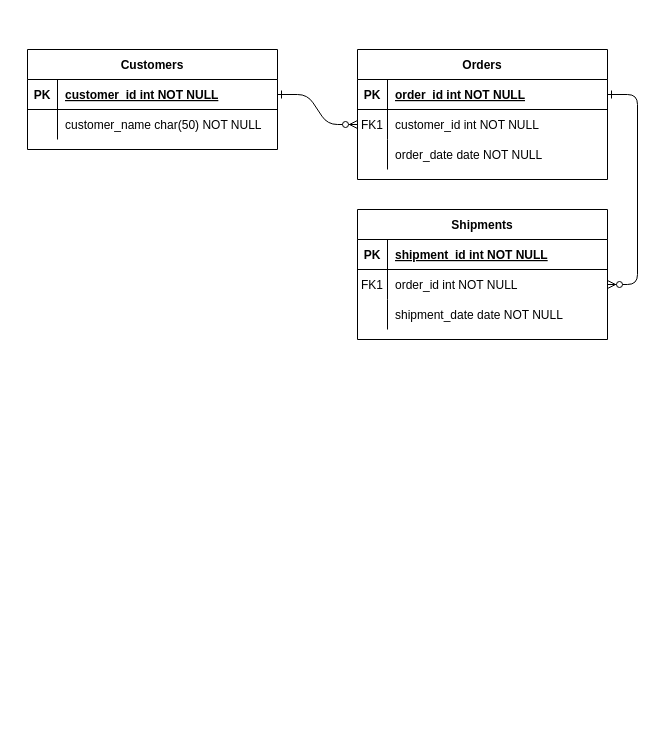
Earlier version of the draw.io diagram 未命名绘图.drawio (shixuanlin1/erdiagram). Source tidied: cells renumbered, new cells numbered last; positions are measured from the earlier drawing's top-left corner, leaving out a move shared by most shapes. Both pictures are drawn from the tidied source at 100%, with x=0, y=0 at pixel (27, 49).
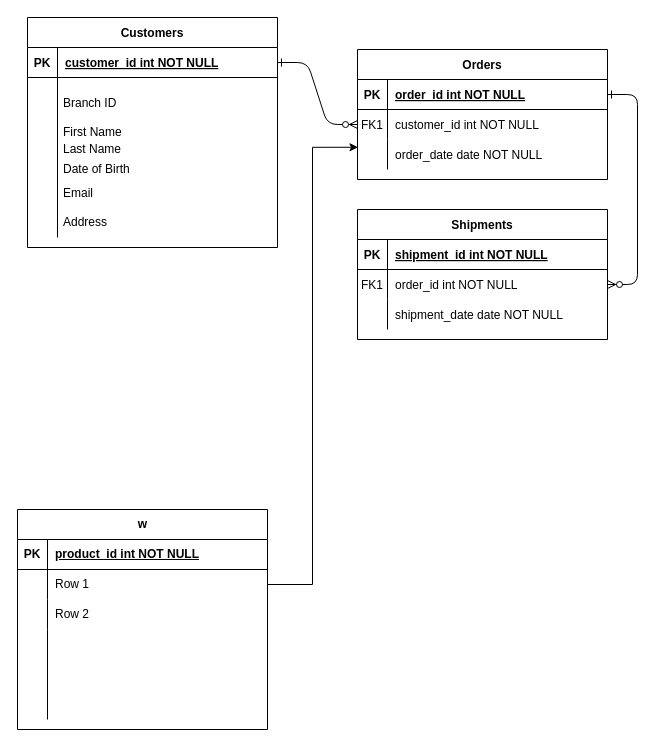
Above is the later version.

Commit message:
更新未命名绘图.drawio

Unchanged cells that the change refers to:
```xml
<mxCell id="11" style="shape=partialRectangle;fillColor=none;points=[[0,0.5],[1,0.5]];portConstraint=eastwest;top=0;left=0;right=0;bottom=0;" parent="4" vertex="1">
  <mxGeometry y="90" width="250" height="30" as="geometry" />
</mxCell>
```

The edit, as a diff of the source:
```diff
@@
     <mxCell id="24" value="Customers" style="shape=table;startSize=30;childLayout=tableLayout;rowLines=0;fontStyle=1;align=center;" parent="1" vertex="1">
-      <mxGeometry width="250" height="100" as="geometry" />
+      <mxGeometry y="-32" width="250" height="230" as="geometry" />
     </mxCell>
@@
     <mxCell id="28" style="shape=partialRectangle;fillColor=none;top=0;left=0;right=0;bottom=0;" parent="24" vertex="1">
-      <mxGeometry y="60" width="250" height="30" as="geometry" />
+      <mxGeometry y="60" width="250" height="160" as="geometry" />
     </mxCell>
     <mxCell id="29" style="shape=partialRectangle;overflow=hidden;fillColor=none;top=0;left=0;bottom=0;right=0;" parent="28" vertex="1">
-      <mxGeometry width="30" height="30" as="geometry" />
+      <mxGeometry width="30" height="160" as="geometry" />
     </mxCell>
-    <mxCell id="30" value="customer_name char(50) NOT NULL" style="shape=partialRectangle;overflow=hidden;fillColor=none;top=0;left=0;bottom=0;right=0;align=left;spacingLeft=6;" parent="28" vertex="1">
-      <mxGeometry x="30" width="220" height="30" as="geometry" />
+    <mxCell id="30" style="shape=partialRectangle;overflow=hidden;top=0;left=0;bottom=0;right=0;align=left;spacingLeft=6;fillColor=none;fontColor=#333333;strokeColor=#666666;" parent="28" vertex="1">
+      <mxGeometry x="30" width="220" height="160" as="geometry" />
     </mxCell>
+    <mxCell id="31" value="w" style="shape=table;startSize=30;childLayout=tableLayout;rowLines=0;fontStyle=1;align=center;html=1;" parent="1" vertex="1">
+      <mxGeometry x="-10" y="460" width="250" height="220" as="geometry" />
+    </mxCell>
+    <mxCell id="32" style="shape=tableRow;horizontal=0;startSize=0;swimlaneHead=0;swimlaneBody=0;fillColor=none;top=0;left=0;right=0;bottom=1;" parent="31" vertex="1">
+      <mxGeometry y="30" width="250" height="30" as="geometry" />
+    </mxCell>
+    <mxCell id="33" value="PK" style="shape=partialRectangle;fillColor=none;top=0;left=0;bottom=0;right=0;fontStyle=1;overflow=hidden;whiteSpace=wrap;html=1;" parent="32" vertex="1">
+      <mxGeometry width="30" height="30" as="geometry" />
+    </mxCell>
+    <mxCell id="34" value="product_id int NOT NULL" style="shape=partialRectangle;fillColor=none;top=0;left=0;bottom=0;right=0;align=left;spacingLeft=6;fontStyle=5;overflow=hidden;whiteSpace=wrap;html=1;" parent="32" vertex="1">
+      <mxGeometry x="30" width="220" height="30" as="geometry" />
+    </mxCell>
+    <mxCell id="35" style="shape=tableRow;horizontal=0;startSize=0;swimlaneHead=0;swimlaneBody=0;fillColor=none;points=[[0,0.5],[1,0.5]];portConstraint=eastwest;top=0;left=0;right=0;bottom=0;" parent="31" vertex="1">
+      <mxGeometry y="60" width="250" height="30" as="geometry" />
+    </mxCell>
+    <mxCell id="36" style="shape=partialRectangle;fillColor=none;top=0;left=0;bottom=0;right=0;overflow=hidden;whiteSpace=wrap;html=1;" parent="35" vertex="1">
+      <mxGeometry width="30" height="30" as="geometry" />
+    </mxCell>
+    <mxCell id="37" value="Row 1" style="shape=partialRectangle;fillColor=none;top=0;left=0;bottom=0;right=0;align=left;spacingLeft=6;overflow=hidden;whiteSpace=wrap;html=1;" parent="35" vertex="1">
+      <mxGeometry x="30" width="220" height="30" as="geometry" />
+    </mxCell>
+    <mxCell id="38" style="shape=tableRow;horizontal=0;startSize=0;swimlaneHead=0;swimlaneBody=0;fillColor=none;top=0;left=0;right=0;bottom=0;" parent="31" vertex="1">
+      <mxGeometry y="90" width="250" height="30" as="geometry" />
+    </mxCell>
+    <mxCell id="39" style="shape=partialRectangle;fillColor=none;top=0;left=0;bottom=0;right=0;overflow=hidden;whiteSpace=wrap;html=1;" parent="38" vertex="1">
+      <mxGeometry width="30" height="30" as="geometry" />
+    </mxCell>
+    <mxCell id="40" value="Row 2" style="shape=partialRectangle;fillColor=none;top=0;left=0;bottom=0;right=0;align=left;spacingLeft=6;overflow=hidden;whiteSpace=wrap;html=1;" parent="38" vertex="1">
+      <mxGeometry x="30" width="220" height="30" as="geometry" />
+    </mxCell>
+    <mxCell id="41" style="shape=tableRow;horizontal=0;startSize=0;swimlaneHead=0;swimlaneBody=0;fillColor=none;top=0;left=0;right=0;bottom=0;" parent="31" vertex="1">
+      <mxGeometry y="120" width="250" height="90" as="geometry" />
+    </mxCell>
+    <mxCell id="42" style="shape=partialRectangle;fillColor=none;top=0;left=0;bottom=0;right=0;overflow=hidden;whiteSpace=wrap;html=1;" parent="41" vertex="1">
+      <mxGeometry width="30" height="90" as="geometry" />
+    </mxCell>
+    <mxCell id="43" value="&lt;br&gt;&lt;br&gt;&lt;br&gt;&lt;br&gt;&lt;br&gt;&lt;br&gt;" style="shape=partialRectangle;fillColor=none;top=0;left=0;bottom=0;right=0;align=left;spacingLeft=6;overflow=hidden;whiteSpace=wrap;html=1;" parent="41" vertex="1">
+      <mxGeometry x="30" width="220" height="90" as="geometry" />
+    </mxCell>
+    <mxCell id="44" style="edgeStyle=orthogonalEdgeStyle;rounded=0;jettySize=auto;html=1;exitX=1;exitY=0.5;exitDx=0;exitDy=0;entryX=0.002;entryY=0.259;entryDx=0;entryDy=0;entryPerimeter=0;" parent="1" edge="1" source="35" target="11">
+      <mxGeometry relative="1" as="geometry" />
+    </mxCell>
+    <mxCell id="45" value="Branch ID" style="text;strokeColor=none;fillColor=none;spacingLeft=4;spacingRight=4;overflow=hidden;fontSize=12;whiteSpace=wrap;html=1;" parent="1" vertex="1">
+      <mxGeometry x="30" y="40" width="220" height="30" as="geometry" />
+    </mxCell>
+    <mxCell id="46" value="First Name&lt;br&gt;" style="text;strokeColor=none;fillColor=none;spacingLeft=4;spacingRight=4;overflow=hidden;fontSize=12;whiteSpace=wrap;html=1;" parent="1" vertex="1">
+      <mxGeometry x="30" y="69" width="220" height="30" as="geometry" />
+    </mxCell>
+    <mxCell id="47" value="Date of Birth" style="text;strokeColor=none;fillColor=none;spacingLeft=4;spacingRight=4;overflow=hidden;fontSize=12;whiteSpace=wrap;html=1;" parent="1" vertex="1">
+      <mxGeometry x="30" y="106" width="220" height="30" as="geometry" />
+    </mxCell>
+    <mxCell id="48" value="Email" style="text;strokeColor=none;fillColor=none;spacingLeft=4;spacingRight=4;overflow=hidden;fontSize=12;whiteSpace=wrap;html=1;" parent="1" vertex="1">
+      <mxGeometry x="30" y="130" width="220" height="30" as="geometry" />
+    </mxCell>
+    <mxCell id="49" value="Address" style="text;strokeColor=none;fillColor=none;spacingLeft=4;spacingRight=4;overflow=hidden;fontSize=12;whiteSpace=wrap;html=1;" parent="1" vertex="1">
+      <mxGeometry x="30" y="159" width="220" height="30" as="geometry" />
+    </mxCell>
+    <mxCell id="50" value="Last Name" style="text;strokeColor=none;fillColor=none;spacingLeft=4;spacingRight=4;overflow=hidden;fontSize=12;whiteSpace=wrap;html=1;" parent="1" vertex="1">
+      <mxGeometry x="30" y="86" width="220" height="30" as="geometry" />
+    </mxCell>
```
